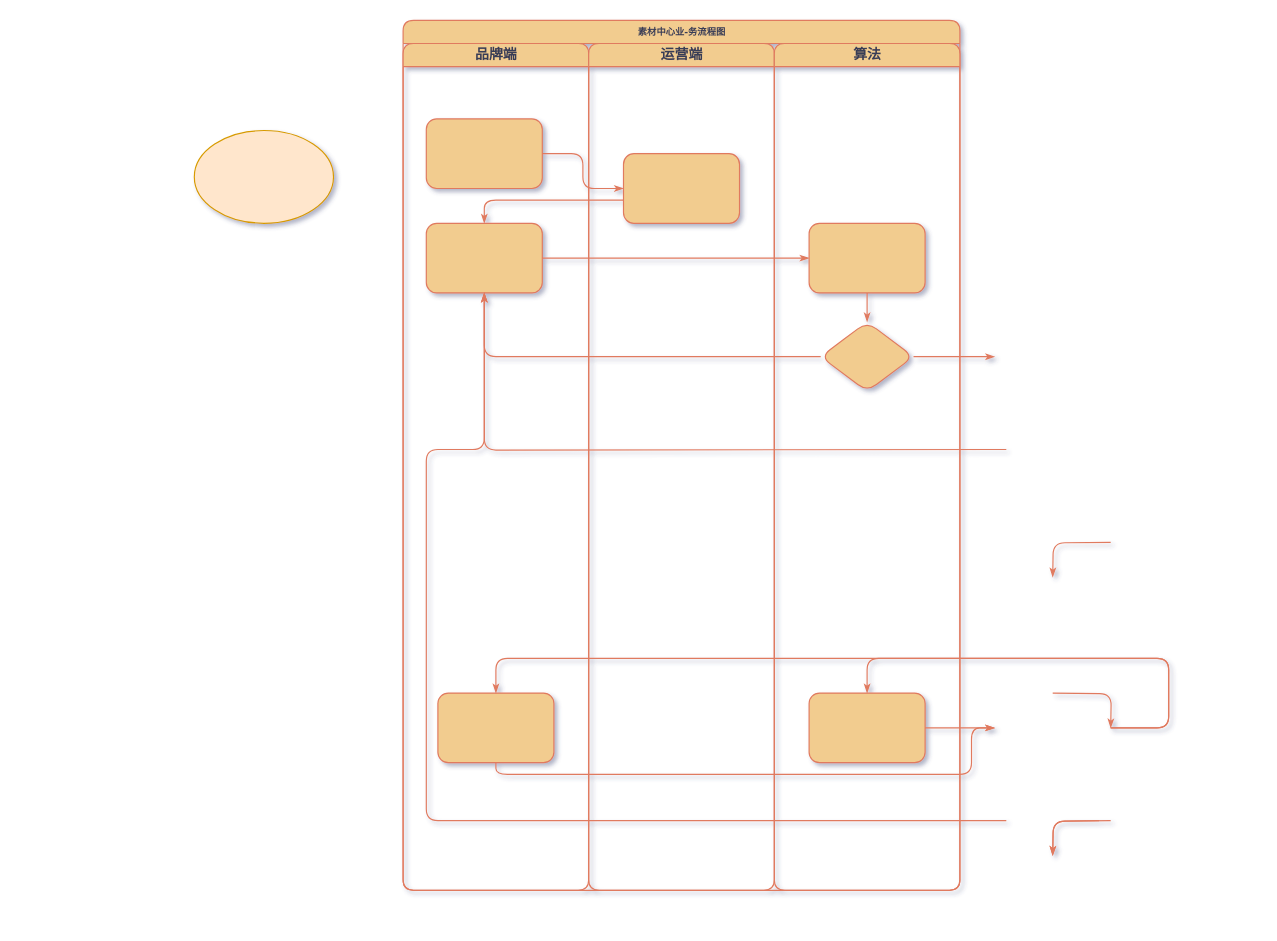
The draw.io diagram draw/未命名绘图.drawio in numberchc/drawio, before the edit. Source tidied: cells renumbered, new cells numbered last; positions are measured from the earlier drawing's top-left corner, leaving out a move shared by most shapes. Both pictures are drawn from the tidied source at 116%, with x=0, y=0 at pixel (194, 20).
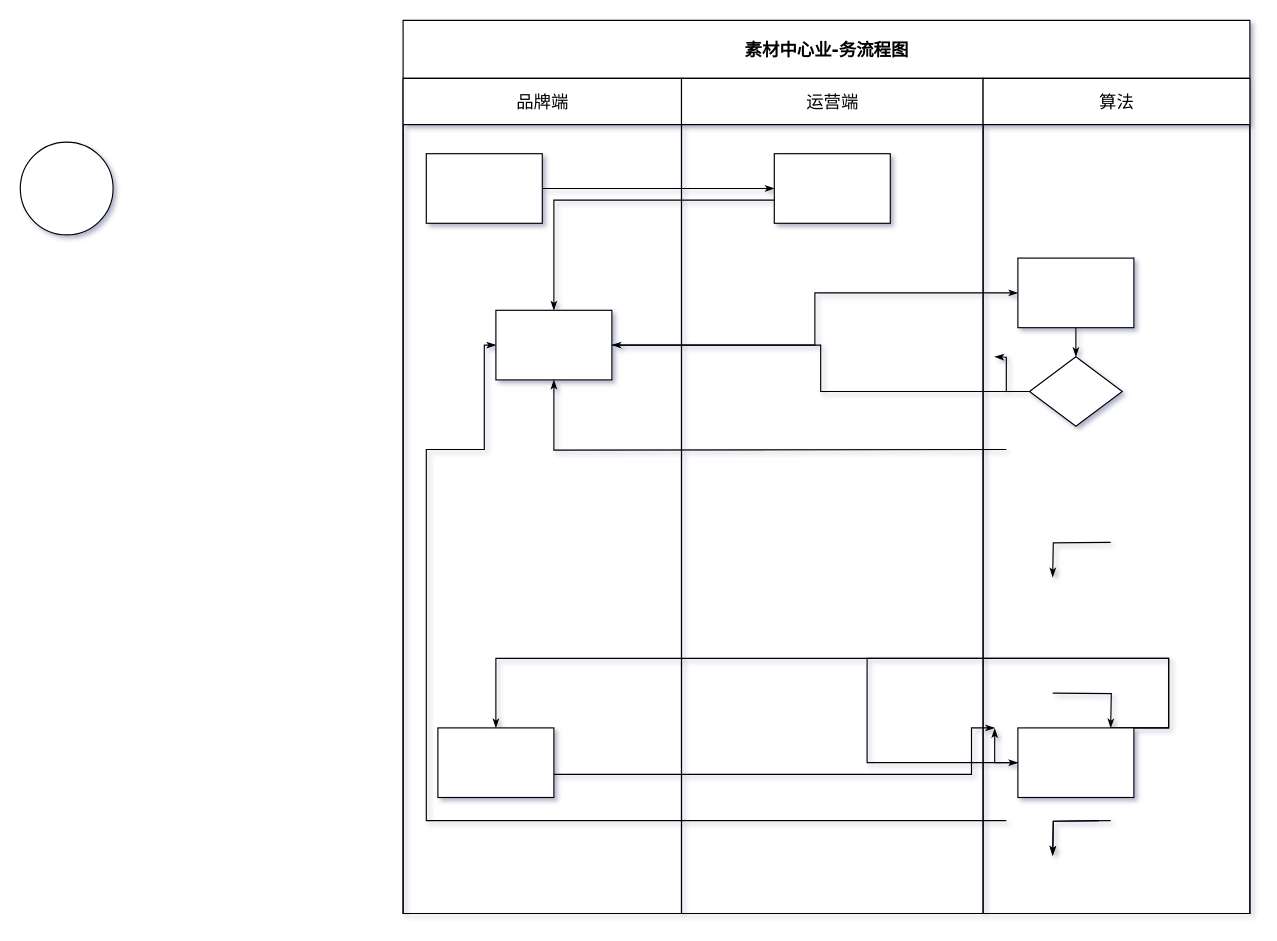
The same page after the edit.

Commit message:
更新未命名绘图.drawio

Diff of the diagram source:
```diff
@@
-    <mxCell id="2" value="素材中心业-务流程图" style="swimlane;html=1;startSize=20;rounded=1;shadow=0;labelBackgroundColor=none;strokeWidth=1;fontFamily=Verdana;fontSize=8;align=center;fillColor=#F2CC8F;strokeColor=#E07A5F;fontColor=#393C56;" parent="1" vertex="1">
-      <mxGeometry x="180" width="480" height="750" as="geometry" />
+    <mxCell id="2" value="&lt;font style=&quot;font-size: 15px;&quot;&gt;素材中心业-务流程图&lt;/font&gt;" style="swimlane;html=1;startSize=50;rounded=0;shadow=0;labelBackgroundColor=none;strokeWidth=1;fontFamily=Verdana;fontSize=12;align=center;perimeterSpacing=0;arcSize=3;" parent="1" vertex="1">
+      <mxGeometry x="180" width="730" height="770" as="geometry" />
     </mxCell>
-    <mxCell id="3" value="品牌端" style="swimlane;html=1;startSize=20;rounded=1;labelBackgroundColor=none;fillColor=#F2CC8F;strokeColor=#E07A5F;fontColor=#393C56;" parent="2" vertex="1">
-      <mxGeometry y="20" width="160" height="730" as="geometry" />
+    <mxCell id="3" value="品牌端" style="swimlane;html=1;startSize=40;rounded=0;labelBackgroundColor=none;arcSize=13;fontSize=15;fontStyle=0;" parent="2" vertex="1">
+      <mxGeometry y="50" width="240" height="720" as="geometry" />
     </mxCell>
-    <mxCell id="4" style="rounded=1;whiteSpace=wrap;html=1;shadow=0;labelBackgroundColor=none;strokeWidth=1;fontFamily=Verdana;fontSize=8;align=center;fillColor=#F2CC8F;strokeColor=#E07A5F;fontColor=#393C56;" parent="3" vertex="1">
+    <mxCell id="4" style="rounded=0;whiteSpace=wrap;html=1;shadow=0;labelBackgroundColor=none;strokeWidth=1;fontFamily=Verdana;fontSize=8;align=center;" parent="3" vertex="1">
       <mxGeometry x="20" y="65" width="100" height="60" as="geometry" />
     </mxCell>
-    <mxCell id="5" style="rounded=1;whiteSpace=wrap;html=1;shadow=0;labelBackgroundColor=none;strokeWidth=1;fontFamily=Verdana;fontSize=8;align=center;fillColor=#F2CC8F;strokeColor=#E07A5F;fontColor=#393C56;" parent="3" vertex="1">
-      <mxGeometry x="20" y="155" width="100" height="60" as="geometry" />
+    <mxCell id="5" style="rounded=0;whiteSpace=wrap;html=1;shadow=0;labelBackgroundColor=none;strokeWidth=1;fontFamily=Verdana;fontSize=8;align=center;" parent="3" vertex="1">
+      <mxGeometry x="80" y="200" width="100" height="60" as="geometry" />
     </mxCell>
-    <mxCell id="6" style="rounded=1;whiteSpace=wrap;html=1;shadow=0;labelBackgroundColor=none;strokeWidth=1;fontFamily=Verdana;fontSize=8;align=center;fillColor=#F2CC8F;strokeColor=#E07A5F;fontColor=#393C56;" parent="3" vertex="1">
+    <mxCell id="6" style="rounded=0;whiteSpace=wrap;html=1;shadow=0;labelBackgroundColor=none;strokeWidth=1;fontFamily=Verdana;fontSize=8;align=center;" parent="3" vertex="1">
       <mxGeometry x="30" y="560" width="100" height="60" as="geometry" />
     </mxCell>
-    <mxCell id="7" style="edgeStyle=orthogonalEdgeStyle;rounded=1;html=1;labelBackgroundColor=none;startArrow=none;startFill=0;startSize=5;endArrow=classicThin;endFill=1;endSize=5;jettySize=auto;strokeWidth=1;fontFamily=Verdana;fontSize=8;strokeColor=#E07A5F;fontColor=default;" parent="2" edge="1" source="4" target="23">
+    <mxCell id="7" style="edgeStyle=orthogonalEdgeStyle;rounded=0;html=1;labelBackgroundColor=none;startArrow=none;startFill=0;startSize=5;endArrow=classicThin;endFill=1;endSize=5;jettySize=auto;strokeWidth=1;fontFamily=Verdana;fontSize=8;fontColor=default;" parent="2" edge="1" source="4" target="23">
       <mxGeometry relative="1" as="geometry" />
     </mxCell>
-    <mxCell id="8" style="edgeStyle=orthogonalEdgeStyle;rounded=1;html=1;labelBackgroundColor=none;startArrow=none;startFill=0;startSize=5;endArrow=classicThin;endFill=1;endSize=5;jettySize=auto;strokeWidth=1;fontFamily=Verdana;fontSize=8;strokeColor=#E07A5F;fontColor=default;" parent="2" edge="1" source="23" target="5">
+    <mxCell id="8" style="edgeStyle=orthogonalEdgeStyle;rounded=0;html=1;labelBackgroundColor=none;startArrow=none;startFill=0;startSize=5;endArrow=classicThin;endFill=1;endSize=5;jettySize=auto;strokeWidth=1;fontFamily=Verdana;fontSize=8;fontColor=default;" parent="2" edge="1" source="23" target="5">
       <mxGeometry relative="1" as="geometry">
         <Array as="points">
           <mxPoint x="240" y="155" />
           <mxPoint x="70" y="155" />
         </Array>
       </mxGeometry>
     </mxCell>
-    <mxCell id="9" style="edgeStyle=orthogonalEdgeStyle;rounded=1;html=1;labelBackgroundColor=none;startArrow=none;startFill=0;startSize=5;endArrow=classicThin;endFill=1;endSize=5;jettySize=auto;strokeWidth=1;fontFamily=Verdana;fontSize=8;strokeColor=#E07A5F;fontColor=default;" parent="2" edge="1" source="5" target="25">
+    <mxCell id="9" style="edgeStyle=orthogonalEdgeStyle;rounded=0;html=1;labelBackgroundColor=none;startArrow=none;startFill=0;startSize=5;endArrow=classicThin;endFill=1;endSize=5;jettySize=auto;strokeWidth=1;fontFamily=Verdana;fontSize=8;fontColor=default;" parent="2" edge="1" source="5" target="25">
       <mxGeometry relative="1" as="geometry" />
     </mxCell>
-    <mxCell id="10" style="edgeStyle=orthogonalEdgeStyle;rounded=1;html=1;labelBackgroundColor=none;startArrow=none;startFill=0;startSize=5;endArrow=classicThin;endFill=1;endSize=5;jettySize=auto;strokeWidth=1;fontFamily=Verdana;fontSize=8;strokeColor=#E07A5F;fontColor=default;" parent="2" edge="1" source="26" target="5">
+    <mxCell id="10" style="edgeStyle=orthogonalEdgeStyle;rounded=0;html=1;labelBackgroundColor=none;startArrow=none;startFill=0;startSize=5;endArrow=classicThin;endFill=1;endSize=5;jettySize=auto;strokeWidth=1;fontFamily=Verdana;fontSize=8;fontColor=default;" parent="2" edge="1" source="26" target="5">
       <mxGeometry relative="1" as="geometry" />
     </mxCell>
-    <mxCell id="11" style="edgeStyle=orthogonalEdgeStyle;rounded=1;html=1;labelBackgroundColor=none;startArrow=none;startFill=0;startSize=5;endArrow=classicThin;endFill=1;endSize=5;jettySize=auto;strokeWidth=1;fontFamily=Verdana;fontSize=8;strokeColor=#E07A5F;fontColor=default;" parent="2" edge="1" target="5">
+    <mxCell id="11" style="edgeStyle=orthogonalEdgeStyle;rounded=0;html=1;labelBackgroundColor=none;startArrow=none;startFill=0;startSize=5;endArrow=classicThin;endFill=1;endSize=5;jettySize=auto;strokeWidth=1;fontFamily=Verdana;fontSize=8;fontColor=default;" parent="2" edge="1" target="5">
       <mxGeometry relative="1" as="geometry">
         <mxPoint x="520" y="370" as="sourcePoint" />
       </mxGeometry>
     </mxCell>
-    <mxCell id="12" style="edgeStyle=orthogonalEdgeStyle;rounded=1;html=1;labelBackgroundColor=none;startArrow=none;startFill=0;startSize=5;endArrow=classicThin;endFill=1;endSize=5;jettySize=auto;strokeWidth=1;fontFamily=Verdana;fontSize=8;strokeColor=#E07A5F;fontColor=default;" parent="2" edge="1" target="5">
+    <mxCell id="12" style="edgeStyle=orthogonalEdgeStyle;rounded=0;html=1;labelBackgroundColor=none;startArrow=none;startFill=0;startSize=5;endArrow=classicThin;endFill=1;endSize=5;jettySize=auto;strokeWidth=1;fontFamily=Verdana;fontSize=8;fontColor=default;" parent="2" edge="1" target="5">
       <mxGeometry relative="1" as="geometry">
         <mxPoint x="520" y="690" as="sourcePoint" />
         <Array as="points">
           <mxPoint x="20" y="690" />
           <mxPoint x="20" y="370" />
           <mxPoint x="70" y="370" />
         </Array>
       </mxGeometry>
     </mxCell>
-    <mxCell id="13" style="edgeStyle=orthogonalEdgeStyle;rounded=1;html=1;labelBackgroundColor=none;startArrow=none;startFill=0;startSize=5;endArrow=classicThin;endFill=1;endSize=5;jettySize=auto;strokeWidth=1;fontFamily=Verdana;fontSize=8;strokeColor=#E07A5F;fontColor=default;" parent="2" edge="1" source="26">
+    <mxCell id="13" style="edgeStyle=orthogonalEdgeStyle;rounded=0;html=1;labelBackgroundColor=none;startArrow=none;startFill=0;startSize=5;endArrow=classicThin;endFill=1;endSize=5;jettySize=auto;strokeWidth=1;fontFamily=Verdana;fontSize=8;fontColor=default;" parent="2" edge="1" source="26">
       <mxGeometry relative="1" as="geometry">
         <mxPoint x="510" y="290" as="targetPoint" />
       </mxGeometry>
     </mxCell>
-    <mxCell id="14" style="edgeStyle=orthogonalEdgeStyle;rounded=1;html=1;labelBackgroundColor=none;startArrow=none;startFill=0;startSize=5;endArrow=classicThin;endFill=1;endSize=5;jettySize=auto;orthogonalLoop=1;strokeWidth=1;fontFamily=Verdana;fontSize=8;strokeColor=#E07A5F;fontColor=default;" parent="2" edge="1">
+    <mxCell id="14" style="edgeStyle=orthogonalEdgeStyle;rounded=0;html=1;labelBackgroundColor=none;startArrow=none;startFill=0;startSize=5;endArrow=classicThin;endFill=1;endSize=5;jettySize=auto;orthogonalLoop=1;strokeWidth=1;fontFamily=Verdana;fontSize=8;fontColor=default;" parent="2" edge="1">
       <mxGeometry relative="1" as="geometry">
         <mxPoint x="600" y="690" as="sourcePoint" />
         <mxPoint x="560" y="720" as="targetPoint" />
       </mxGeometry>
     </mxCell>
-    <mxCell id="15" style="edgeStyle=orthogonalEdgeStyle;rounded=1;html=1;labelBackgroundColor=none;startArrow=none;startFill=0;startSize=5;endArrow=classicThin;endFill=1;endSize=5;jettySize=auto;orthogonalLoop=1;strokeWidth=1;fontFamily=Verdana;fontSize=8;strokeColor=#E07A5F;fontColor=default;" parent="2" edge="1">
+    <mxCell id="15" style="edgeStyle=orthogonalEdgeStyle;rounded=0;html=1;labelBackgroundColor=none;startArrow=none;startFill=0;startSize=5;endArrow=classicThin;endFill=1;endSize=5;jettySize=auto;orthogonalLoop=1;strokeWidth=1;fontFamily=Verdana;fontSize=8;fontColor=default;" parent="2" edge="1">
       <mxGeometry relative="1" as="geometry">
         <mxPoint x="610" y="690" as="sourcePoint" />
         <mxPoint x="560" y="720" as="targetPoint" />
       </mxGeometry>
     </mxCell>
-    <mxCell id="16" style="edgeStyle=orthogonalEdgeStyle;rounded=1;html=1;labelBackgroundColor=none;startArrow=none;startFill=0;startSize=5;endArrow=classicThin;endFill=1;endSize=5;jettySize=auto;orthogonalLoop=1;strokeWidth=1;fontFamily=Verdana;fontSize=8;strokeColor=#E07A5F;fontColor=default;" parent="2" edge="1">
+    <mxCell id="16" style="edgeStyle=orthogonalEdgeStyle;rounded=0;html=1;labelBackgroundColor=none;startArrow=none;startFill=0;startSize=5;endArrow=classicThin;endFill=1;endSize=5;jettySize=auto;orthogonalLoop=1;strokeWidth=1;fontFamily=Verdana;fontSize=8;fontColor=default;" parent="2" edge="1">
       <mxGeometry relative="1" as="geometry">
         <mxPoint x="610" y="450" as="sourcePoint" />
         <mxPoint x="560" y="480" as="targetPoint" />
       </mxGeometry>
     </mxCell>
-    <mxCell id="17" style="edgeStyle=orthogonalEdgeStyle;rounded=1;html=1;labelBackgroundColor=none;startArrow=none;startFill=0;startSize=5;endArrow=classicThin;endFill=1;endSize=5;jettySize=auto;strokeWidth=1;fontFamily=Verdana;fontSize=8;strokeColor=#E07A5F;fontColor=default;" parent="2" edge="1" target="27">
+    <mxCell id="17" style="edgeStyle=orthogonalEdgeStyle;rounded=0;html=1;labelBackgroundColor=none;startArrow=none;startFill=0;startSize=5;endArrow=classicThin;endFill=1;endSize=5;jettySize=auto;strokeWidth=1;fontFamily=Verdana;fontSize=8;fontColor=default;" parent="2" edge="1" target="27">
       <mxGeometry relative="1" as="geometry">
         <mxPoint x="610" y="610" as="sourcePoint" />
         <Array as="points">
           <mxPoint x="660" y="610" />
           <mxPoint x="660" y="550" />
           <mxPoint x="400" y="550" />
         </Array>
       </mxGeometry>
     </mxCell>
-    <mxCell id="18" style="edgeStyle=orthogonalEdgeStyle;rounded=1;html=1;labelBackgroundColor=none;startArrow=none;startFill=0;startSize=5;endArrow=classicThin;endFill=1;endSize=5;jettySize=auto;orthogonalLoop=1;strokeColor=#E07A5F;strokeWidth=1;fontFamily=Verdana;fontSize=8;fontColor=default;" parent="2" edge="1">
+    <mxCell id="18" style="edgeStyle=orthogonalEdgeStyle;rounded=0;html=1;labelBackgroundColor=none;startArrow=none;startFill=0;startSize=5;endArrow=classicThin;endFill=1;endSize=5;jettySize=auto;orthogonalLoop=1;strokeWidth=1;fontFamily=Verdana;fontSize=8;fontColor=default;" parent="2" edge="1">
       <mxGeometry relative="1" as="geometry">
         <mxPoint x="560" y="580" as="sourcePoint" />
         <mxPoint x="610" y="610" as="targetPoint" />
       </mxGeometry>
     </mxCell>
-    <mxCell id="19" style="edgeStyle=orthogonalEdgeStyle;rounded=1;html=1;labelBackgroundColor=none;startArrow=none;startFill=0;startSize=5;endArrow=classicThin;endFill=1;endSize=5;jettySize=auto;strokeWidth=1;fontFamily=Verdana;fontSize=8;strokeColor=#E07A5F;fontColor=default;" parent="2" edge="1" target="6">
+    <mxCell id="19" style="edgeStyle=orthogonalEdgeStyle;rounded=0;html=1;labelBackgroundColor=none;startArrow=none;startFill=0;startSize=5;endArrow=classicThin;endFill=1;endSize=5;jettySize=auto;strokeWidth=1;fontFamily=Verdana;fontSize=8;fontColor=default;" parent="2" edge="1" target="6">
       <mxGeometry relative="1" as="geometry">
         <mxPoint x="610" y="610" as="sourcePoint" />
         <Array as="points">
           <mxPoint x="660" y="610" />
           <mxPoint x="660" y="550" />
           <mxPoint x="80" y="550" />
         </Array>
       </mxGeometry>
     </mxCell>
-    <mxCell id="20" style="edgeStyle=orthogonalEdgeStyle;rounded=1;html=1;labelBackgroundColor=none;startArrow=none;startFill=0;startSize=5;endArrow=classicThin;endFill=1;endSize=5;jettySize=auto;strokeWidth=1;fontFamily=Verdana;fontSize=8;strokeColor=#E07A5F;fontColor=default;" parent="2" edge="1" source="6">
+    <mxCell id="20" style="edgeStyle=orthogonalEdgeStyle;rounded=0;html=1;labelBackgroundColor=none;startArrow=none;startFill=0;startSize=5;endArrow=classicThin;endFill=1;endSize=5;jettySize=auto;strokeWidth=1;fontFamily=Verdana;fontSize=8;fontColor=default;" parent="2" edge="1" source="6">
       <mxGeometry relative="1" as="geometry">
         <mxPoint x="510" y="610" as="targetPoint" />
         <Array as="points">
           <mxPoint x="80" y="650" />
           <mxPoint x="490" y="650" />
           <mxPoint x="490" y="610" />
         </Array>
       </mxGeometry>
     </mxCell>
-    <mxCell id="21" style="edgeStyle=orthogonalEdgeStyle;rounded=1;html=1;labelBackgroundColor=none;startArrow=none;startFill=0;startSize=5;endArrow=classicThin;endFill=1;endSize=5;jettySize=auto;strokeWidth=1;fontFamily=Verdana;fontSize=8;strokeColor=#E07A5F;fontColor=default;" parent="2" edge="1" source="27">
+    <mxCell id="21" style="edgeStyle=orthogonalEdgeStyle;rounded=0;html=1;labelBackgroundColor=none;startArrow=none;startFill=0;startSize=5;endArrow=classicThin;endFill=1;endSize=5;jettySize=auto;strokeWidth=1;fontFamily=Verdana;fontSize=8;fontColor=default;" parent="2" edge="1" source="27">
       <mxGeometry relative="1" as="geometry">
         <mxPoint x="510" y="610" as="targetPoint" />
       </mxGeometry>
     </mxCell>
-    <mxCell id="22" value="运营端" style="swimlane;html=1;startSize=20;rounded=1;labelBackgroundColor=none;fillColor=#F2CC8F;strokeColor=#E07A5F;fontColor=#393C56;" parent="2" vertex="1">
-      <mxGeometry x="160" y="20" width="160" height="730" as="geometry" />
+    <mxCell id="22" value="运营端" style="swimlane;html=1;startSize=40;rounded=0;labelBackgroundColor=none;fontSize=15;fontStyle=0;" parent="2" vertex="1">
+      <mxGeometry x="240" y="50" width="260" height="720" as="geometry" />
     </mxCell>
-    <mxCell id="23" style="rounded=1;whiteSpace=wrap;html=1;shadow=0;labelBackgroundColor=none;strokeWidth=1;fontFamily=Verdana;fontSize=8;align=center;fillColor=#F2CC8F;strokeColor=#E07A5F;fontColor=#393C56;" parent="22" vertex="1">
-      <mxGeometry x="30" y="95" width="100" height="60" as="geometry" />
+    <mxCell id="23" style="rounded=0;whiteSpace=wrap;html=1;shadow=0;labelBackgroundColor=none;strokeWidth=1;fontFamily=Verdana;fontSize=8;align=center;" parent="22" vertex="1">
+      <mxGeometry x="80" y="65" width="100" height="60" as="geometry" />
     </mxCell>
-    <mxCell id="24" value="算法" style="swimlane;html=1;startSize=20;rounded=1;labelBackgroundColor=none;fillColor=#F2CC8F;strokeColor=#E07A5F;fontColor=#393C56;" parent="2" vertex="1">
-      <mxGeometry x="320" y="20" width="160" height="730" as="geometry" />
+    <mxCell id="24" value="算法" style="swimlane;html=1;startSize=40;rounded=0;labelBackgroundColor=none;fontSize=15;fontStyle=0;" parent="2" vertex="1">
+      <mxGeometry x="500" y="50" width="230" height="720" as="geometry" />
     </mxCell>
-    <mxCell id="25" style="rounded=1;whiteSpace=wrap;html=1;shadow=0;labelBackgroundColor=none;strokeWidth=1;fontFamily=Verdana;fontSize=8;align=center;fillColor=#F2CC8F;strokeColor=#E07A5F;fontColor=#393C56;" parent="24" vertex="1">
+    <mxCell id="25" style="rounded=0;whiteSpace=wrap;html=1;shadow=0;labelBackgroundColor=none;strokeWidth=1;fontFamily=Verdana;fontSize=8;align=center;" parent="24" vertex="1">
       <mxGeometry x="30" y="155" width="100" height="60" as="geometry" />
     </mxCell>
-    <mxCell id="26" style="rhombus;whiteSpace=wrap;html=1;rounded=1;shadow=0;labelBackgroundColor=none;strokeWidth=1;fontFamily=Verdana;fontSize=8;align=center;fillColor=#F2CC8F;strokeColor=#E07A5F;fontColor=#393C56;" parent="24" vertex="1">
+    <mxCell id="26" style="rhombus;whiteSpace=wrap;html=1;rounded=0;shadow=0;labelBackgroundColor=none;strokeWidth=1;fontFamily=Verdana;fontSize=8;align=center;" parent="24" vertex="1">
       <mxGeometry x="40" y="240" width="80" height="60" as="geometry" />
     </mxCell>
-    <mxCell id="27" style="rounded=1;whiteSpace=wrap;html=1;shadow=0;labelBackgroundColor=none;strokeWidth=1;fontFamily=Verdana;fontSize=8;align=center;fillColor=#F2CC8F;strokeColor=#E07A5F;fontColor=#393C56;" parent="24" vertex="1">
+    <mxCell id="27" style="rounded=0;whiteSpace=wrap;html=1;shadow=0;labelBackgroundColor=none;strokeWidth=1;fontFamily=Verdana;fontSize=8;align=center;" parent="24" vertex="1">
       <mxGeometry x="30" y="560" width="100" height="60" as="geometry" />
     </mxCell>
-    <mxCell id="28" style="edgeStyle=orthogonalEdgeStyle;rounded=1;html=1;labelBackgroundColor=none;startArrow=none;startFill=0;startSize=5;endArrow=classicThin;endFill=1;endSize=5;jettySize=auto;strokeWidth=1;fontFamily=Verdana;fontSize=8;strokeColor=#E07A5F;fontColor=default;" parent="24" edge="1" source="25" target="26">
+    <mxCell id="28" style="edgeStyle=orthogonalEdgeStyle;rounded=0;html=1;labelBackgroundColor=none;startArrow=none;startFill=0;startSize=5;endArrow=classicThin;endFill=1;endSize=5;jettySize=auto;strokeWidth=1;fontFamily=Verdana;fontSize=8;fontColor=default;" parent="24" edge="1" source="25" target="26">
       <mxGeometry relative="1" as="geometry" />
     </mxCell>
-    <mxCell id="29" style="ellipse;whiteSpace=wrap;html=1;fillColor=#ffe6cc;strokeColor=#d79b00;" parent="1" vertex="1">
-      <mxGeometry y="95" width="120" height="80" as="geometry" />
-    </mxCell>
+    <mxCell id="30" style="ellipse;whiteSpace=wrap;html=1;" parent="1" vertex="1">
+      <mxGeometry x="-150" y="105" width="80" height="80" as="geometry" />
+    </mxCell>
```
